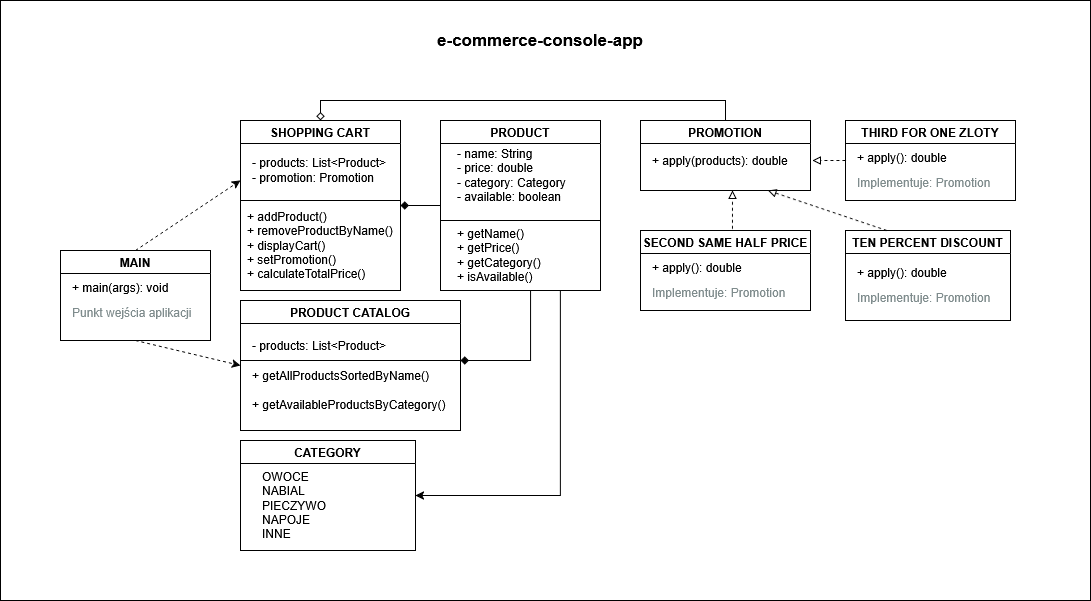
alweb29/e-commerce-console-app keeps this draw.io diagram as e-commerce-console-app.diagram.png. Above is the earlier version. Source tidied: cells renumbered, new cells last; positions are measured from the earlier drawing's top-left corner, leaving out a move shared by most shapes.
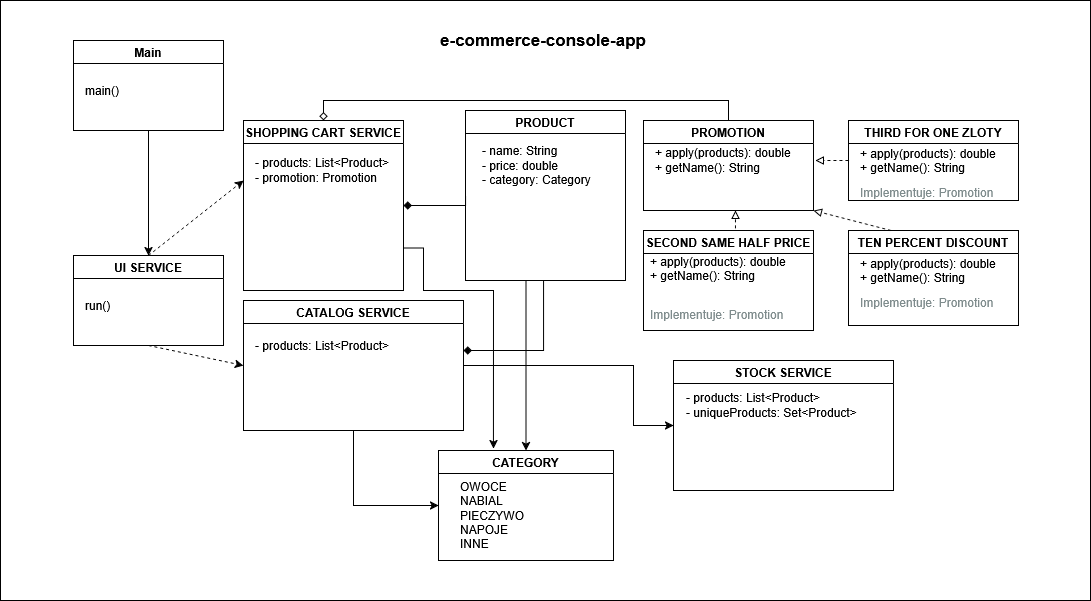
Later version of the same file.

Diff of the diagram source:
```diff
@@ -3,70 +3,64 @@
     <mxCell id="0" />
     <mxCell id="1" parent="0" />
     <mxCell id="2" style="rounded=0;whiteSpace=wrap;html=1;" parent="1" vertex="1">
-      <mxGeometry width="1090" height="600" as="geometry" />
+      <mxGeometry x="-3" width="1090" height="600" as="geometry" />
     </mxCell>
     <mxCell id="3" style="edgeStyle=orthogonalEdgeStyle;rounded=0;jettySize=auto;html=1;entryX=0;entryY=0.5;entryDx=0;entryDy=0;endArrow=none;endFill=1;startFill=1;startArrow=diamond;" parent="1" edge="1" source="5" target="25">
-      <mxGeometry relative="1" as="geometry" />
+      <mxGeometry relative="1" as="geometry">
+        <Array as="points">
+          <mxPoint x="462" y="205" />
+        </Array>
+      </mxGeometry>
     </mxCell>
     <mxCell id="4" style="edgeStyle=orthogonalEdgeStyle;rounded=0;jettySize=auto;html=1;entryX=0.5;entryY=0;entryDx=0;entryDy=0;exitX=0.5;exitY=0;exitDx=0;exitDy=0;endArrow=none;startFill=0;startArrow=diamond;" parent="1" edge="1" source="5" target="14">
       <mxGeometry relative="1" as="geometry" />
     </mxCell>
-    <mxCell id="5" value="SHOPPING CART" style="swimlane;whiteSpace=wrap;html=1;" parent="1" vertex="1">
+    <mxCell id="5" value="SHOPPING CART SERVICE" style="swimlane;whiteSpace=wrap;html=1;" parent="1" vertex="1">
       <mxGeometry x="240" y="120" width="160" height="170" as="geometry" />
     </mxCell>
     <mxCell id="6" value="&lt;div class=&quot;field&quot;&gt;- products: List&amp;lt;Product&amp;gt;&lt;/div&gt;                &lt;div class=&quot;field&quot;&gt;- promotion: Promotion&lt;/div&gt;" style="text;html=1;align=left;verticalAlign=middle;strokeColor=none;fillColor=none;" parent="5" vertex="1">
       <mxGeometry x="10" y="30" width="160" height="40" as="geometry" />
     </mxCell>
-    <mxCell id="7" style="endArrow=none;html=1;rounded=0;exitX=0;exitY=0.75;exitDx=0;exitDy=0;" parent="5" edge="1">
-      <mxGeometry relative="1" as="geometry">
-        <mxPoint y="80" as="sourcePoint" />
-        <mxPoint x="160" y="80" as="targetPoint" />
-        <Array as="points">
-          <mxPoint x="100" y="80" />
-        </Array>
-      </mxGeometry>
-    </mxCell>
-    <mxCell id="8" value="&lt;div class=&quot;method&quot;&gt;+ addProduct()&lt;/div&gt;                &lt;div class=&quot;method&quot;&gt;+ removeProductByName()&lt;/div&gt;                &lt;div class=&quot;method&quot;&gt;+ displayCart()&lt;/div&gt;                &lt;div class=&quot;method&quot;&gt;+ setPromotion()&lt;/div&gt;                &lt;div class=&quot;method&quot;&gt;+ calculateTotalPrice()&lt;/div&gt;" style="text;html=1;align=left;verticalAlign=middle;strokeColor=none;fillColor=none;" parent="5" vertex="1">
-      <mxGeometry x="5" y="80" width="170" height="90" as="geometry" />
-    </mxCell>
     <mxCell id="9" value="CATEGORY" style="swimlane;whiteSpace=wrap;html=1;" parent="1" vertex="1">
-      <mxGeometry x="240" y="440" width="175" height="110" as="geometry" />
+      <mxGeometry x="435" y="450" width="175" height="110" as="geometry" />
     </mxCell>
     <mxCell id="10" value="&lt;div class=&quot;class-content&quot;&gt;&lt;div class=&quot;enum-values&quot;&gt;&lt;br&gt;                    &lt;div class=&quot;enum-value&quot;&gt;OWOCE&lt;/div&gt;                    &lt;div class=&quot;enum-value&quot;&gt;NABIAL&lt;/div&gt;                    &lt;div class=&quot;enum-value&quot;&gt;PIECZYWO&lt;/div&gt;                    &lt;div class=&quot;enum-value&quot;&gt;NAPOJE&lt;/div&gt;                    &lt;div class=&quot;enum-value&quot;&gt;INNE&lt;/div&gt;                &lt;/div&gt;&lt;br&gt;            &lt;/div&gt;" style="text;html=1;align=left;verticalAlign=middle;strokeColor=none;fillColor=none;" parent="9" vertex="1">
       <mxGeometry x="20" y="10" width="90" height="110" as="geometry" />
     </mxCell>
+    <mxCell id="37" style="edgeStyle=orthogonalEdgeStyle;rounded=0;jettySize=auto;html=1;entryX=0;entryY=0.5;entryDx=0;entryDy=0;" parent="1" edge="1" source="11" target="39">
+      <mxGeometry relative="1" as="geometry">
+        <Array as="points">
+          <mxPoint x="630" y="365" />
+          <mxPoint x="630" y="425" />
+        </Array>
+      </mxGeometry>
+    </mxCell>
+    <mxCell id="38" style="edgeStyle=orthogonalEdgeStyle;rounded=0;jettySize=auto;html=1;entryX=0;entryY=0.5;entryDx=0;entryDy=0;" parent="1" edge="1" source="11" target="9">
+      <mxGeometry relative="1" as="geometry" />
+    </mxCell>
-    <mxCell id="11" value="PRODUCT CATALOG" style="swimlane;whiteSpace=wrap;html=1;" parent="1" vertex="1">
+    <mxCell id="11" value="CATALOG SERVICE" style="swimlane;whiteSpace=wrap;html=1;" parent="1" vertex="1">
       <mxGeometry x="240" y="300" width="220" height="130" as="geometry" />
     </mxCell>
     <mxCell id="12" value="- products: List&amp;lt;Product&amp;gt;" style="text;html=1;align=left;verticalAlign=middle;strokeColor=none;fillColor=none;" parent="11" vertex="1">
       <mxGeometry x="10" y="30" width="160" height="30" as="geometry" />
     </mxCell>
-    <mxCell id="13" style="endArrow=none;html=1;rounded=0;exitX=0;exitY=0.75;exitDx=0;exitDy=0;" parent="11" edge="1">
-      <mxGeometry relative="1" as="geometry">
-        <mxPoint y="60" as="sourcePoint" />
-        <mxPoint x="220" y="60" as="targetPoint" />
-        <Array as="points">
-          <mxPoint x="100" y="60" />
-        </Array>
-      </mxGeometry>
-    </mxCell>
     <mxCell id="14" value="PROMOTION" style="swimlane;whiteSpace=wrap;html=1;" parent="1" vertex="1">
-      <mxGeometry x="640" y="120" width="170" height="70" as="geometry" />
+      <mxGeometry x="640" y="120" width="170" height="90" as="geometry" />
     </mxCell>
-    <mxCell id="15" value="+ apply(products): double" style="text;html=1;align=left;verticalAlign=middle;strokeColor=none;fillColor=none;" parent="14" vertex="1">
-      <mxGeometry x="10" y="25" width="160" height="30" as="geometry" />
+    <mxCell id="15" value="&lt;div&gt;+ apply(products): double&lt;/div&gt;&lt;div&gt;+ getName(): String&lt;/div&gt;" style="text;html=1;align=left;verticalAlign=middle;strokeColor=none;fillColor=none;" parent="14" vertex="1">
+      <mxGeometry x="10" y="20" width="160" height="40" as="geometry" />
     </mxCell>
     <mxCell id="16" value="TEN PERCENT DISCOUNT" style="swimlane;whiteSpace=wrap;html=1;" parent="1" vertex="1">
-      <mxGeometry x="845" y="230" width="165" height="90" as="geometry" />
+      <mxGeometry x="845" y="230" width="170" height="95" as="geometry" />
     </mxCell>
-    <mxCell id="17" value="&lt;div class=&quot;class-content&quot; style=&quot;&quot;&gt;&lt;br&gt;                &lt;div class=&quot;method&quot;&gt;+ apply(): double&lt;/div&gt;&lt;div style=&quot;font-size: 12px; color: rgb(127, 140, 141); margin-top: 10px;&quot;&gt;                    Implementuje: Promotion&lt;br&gt;                &lt;/div&gt;&lt;br&gt;            &lt;/div&gt;" style="text;html=1;align=left;verticalAlign=middle;strokeColor=none;fillColor=none;" parent="16" vertex="1">
-      <mxGeometry x="10" y="15" width="160" height="80" as="geometry" />
+    <mxCell id="17" value="&lt;div class=&quot;class-content&quot; style=&quot;&quot;&gt;&lt;div&gt;+ apply(products): double&lt;/div&gt;&lt;div&gt;+ getName(): String&lt;/div&gt;&lt;div style=&quot;font-size: 12px; color: rgb(127, 140, 141); margin-top: 10px;&quot;&gt;                    Implementuje: Promotion&lt;br&gt;                &lt;/div&gt;&lt;br&gt;            &lt;/div&gt;" style="text;html=1;align=left;verticalAlign=middle;strokeColor=none;fillColor=none;" parent="16" vertex="1">
+      <mxGeometry x="10" y="20" width="160" height="80" as="geometry" />
     </mxCell>
     <mxCell id="18" value="SECOND SAME HALF PRICE" style="swimlane;whiteSpace=wrap;html=1;" parent="1" vertex="1">
-      <mxGeometry x="640" y="230" width="170" height="80" as="geometry" />
+      <mxGeometry x="640" y="230" width="170" height="100" as="geometry" />
     </mxCell>
-    <mxCell id="19" value="&lt;div style=&quot;&quot; class=&quot;class-content&quot;&gt;&lt;br&gt;                &lt;div align=&quot;left&quot; class=&quot;method&quot;&gt;+ apply(): double&lt;/div&gt;&lt;div style=&quot;font-size: 12px; color: rgb(127, 140, 141); margin-top: 10px;&quot;&gt;                    Implementuje: Promotion&lt;br&gt;                &lt;/div&gt;&lt;br&gt;            &lt;/div&gt;" style="text;html=1;align=left;verticalAlign=middle;strokeColor=none;fillColor=none;" parent="18" vertex="1">
-      <mxGeometry x="10" y="10" width="160" height="80" as="geometry" />
+    <mxCell id="19" value="&lt;div style=&quot;&quot; class=&quot;class-content&quot;&gt;&lt;div&gt;+ apply(products): double&lt;/div&gt;&lt;div&gt;+ getName(): String&lt;/div&gt;&lt;br&gt;&lt;div style=&quot;font-size: 12px; color: rgb(127, 140, 141); margin-top: 10px;&quot;&gt;                    Implementuje: Promotion&lt;br&gt;                &lt;/div&gt;&lt;br&gt;            &lt;/div&gt;" style="text;html=1;align=left;verticalAlign=middle;strokeColor=none;fillColor=none;" parent="18" vertex="1">
+      <mxGeometry x="5" y="15" width="160" height="100" as="geometry" />
     </mxCell>
     <mxCell id="20" value="THIRD FOR ONE ZLOTY" style="swimlane;whiteSpace=wrap;html=1;" parent="1" vertex="1">
       <mxGeometry x="845" y="120" width="170" height="80" as="geometry" />
@@ -76,40 +70,30 @@
         <mxPoint x="240" y="180" as="targetPoint" />
       </mxGeometry>
     </mxCell>
-    <mxCell id="22" value="MAIN" style="swimlane;whiteSpace=wrap;html=1;" parent="1" vertex="1">
-      <mxGeometry x="60" y="250" width="150" height="90" as="geometry" />
+    <mxCell id="22" value="UI SERVICE" style="swimlane;whiteSpace=wrap;html=1;" parent="1" vertex="1">
+      <mxGeometry x="70" y="255" width="150" height="90" as="geometry" />
     </mxCell>
-    <mxCell id="23" value="&lt;div class=&quot;class-content&quot; style=&quot;&quot;&gt;&lt;br&gt;                &lt;div class=&quot;method&quot;&gt;+ main(args): void&lt;/div&gt;&lt;div style=&quot;font-size: 12px; color: rgb(127, 140, 141); margin-top: 10px;&quot;&gt;                    Punkt wejścia aplikacji&lt;br&gt;                &lt;/div&gt;&lt;br&gt;            &lt;/div&gt;" style="text;html=1;align=left;verticalAlign=middle;strokeColor=none;fillColor=none;" parent="22" vertex="1">
-      <mxGeometry x="10" y="10" width="140" height="80" as="geometry" />
+    <mxCell id="23" value="&lt;div class=&quot;class-content&quot; style=&quot;&quot;&gt;run()&lt;/div&gt;" style="text;html=1;align=left;verticalAlign=middle;strokeColor=none;fillColor=none;" parent="22" vertex="1">
+      <mxGeometry x="10" y="35" width="50" height="30" as="geometry" />
     </mxCell>
-    <mxCell id="24" style="rounded=0;jettySize=auto;html=1;entryX=1;entryY=0.5;entryDx=0;entryDy=0;exitX=0.75;exitY=1;exitDx=0;exitDy=0;edgeStyle=orthogonalEdgeStyle;" parent="1" edge="1" source="25" target="9">
-      <mxGeometry relative="1" as="geometry" />
+    <mxCell id="24" style="edgeStyle=orthogonalEdgeStyle;rounded=0;jettySize=auto;html=1;entryX=0.5;entryY=0;entryDx=0;entryDy=0;" parent="1" edge="1" source="25" target="9">
+      <mxGeometry relative="1" as="geometry">
+        <Array as="points">
+          <mxPoint x="523" y="370" />
+        </Array>
+      </mxGeometry>
     </mxCell>
     <mxCell id="25" value="PRODUCT" style="swimlane;whiteSpace=wrap;html=1;" parent="1" vertex="1">
-      <mxGeometry x="440" y="120" width="160" height="170" as="geometry" />
+      <mxGeometry x="462" y="110" width="160" height="170" as="geometry" />
     </mxCell>
-    <mxCell id="26" value="&lt;div class=&quot;field&quot;&gt;- name: String&lt;/div&gt;                &lt;div class=&quot;field&quot;&gt;- price: double&lt;/div&gt;                &lt;div class=&quot;field&quot;&gt;- category: Category&lt;/div&gt;                &lt;div class=&quot;field&quot;&gt;- available: boolean&lt;/div&gt;" style="text;html=1;align=left;verticalAlign=middle;strokeColor=none;fillColor=none;" parent="25" vertex="1">
-      <mxGeometry x="15" y="20" width="130" height="70" as="geometry" />
+    <mxCell id="26" value="&lt;div class=&quot;field&quot;&gt;- name: String&lt;/div&gt;                &lt;div class=&quot;field&quot;&gt;- price: double&lt;/div&gt;                &lt;div class=&quot;field&quot;&gt;- category: Category&lt;/div&gt;" style="text;html=1;align=left;verticalAlign=middle;strokeColor=none;fillColor=none;" parent="25" vertex="1">
+      <mxGeometry x="15" y="25" width="130" height="60" as="geometry" />
     </mxCell>
-    <mxCell id="27" style="endArrow=none;html=1;rounded=0;exitX=0;exitY=0.75;exitDx=0;exitDy=0;" parent="25" edge="1">
-      <mxGeometry relative="1" as="geometry">
-        <mxPoint y="100" as="sourcePoint" />
-        <mxPoint x="160" y="100" as="targetPoint" />
-        <Array as="points">
-          <mxPoint x="100" y="100" />
-        </Array>
-      </mxGeometry>
-    </mxCell>
-    <mxCell id="28" value="&lt;div class=&quot;method&quot;&gt;+ getName()&lt;/div&gt;                &lt;div class=&quot;method&quot;&gt;+ getPrice()&lt;/div&gt;                &lt;div class=&quot;method&quot;&gt;+ getCategory()&lt;/div&gt;                &lt;div class=&quot;method&quot;&gt;+ isAvailable()&lt;/div&gt;" style="text;html=1;align=left;verticalAlign=middle;points=[];strokeColor=none;fillColor=none;" parent="25" vertex="1">
-      <mxGeometry x="15" y="100" width="110" height="70" as="geometry" />
-    </mxCell>
-    <mxCell id="29" value="&lt;div class=&quot;method&quot;&gt;+ getAllProductsSortedByName()&lt;/div&gt;&lt;br/&gt;                &lt;div class=&quot;method&quot;&gt;+ getAvailableProductsByCategory()&lt;/div&gt;" style="text;html=1;align=left;verticalAlign=middle;strokeColor=none;fillColor=none;" parent="1" vertex="1">
-      <mxGeometry x="250" y="360" width="220" height="60" as="geometry" />
-    </mxCell>
-    <mxCell id="30" style="edgeStyle=orthogonalEdgeStyle;rounded=0;jettySize=auto;html=1;entryX=0.682;entryY=1;entryDx=0;entryDy=0;entryPerimeter=0;endArrow=none;startFill=1;startArrow=diamond;" parent="1" edge="1" source="11" target="28">
+    <mxCell id="30" style="edgeStyle=orthogonalEdgeStyle;rounded=0;jettySize=auto;html=1;endArrow=none;startFill=1;startArrow=diamond;entryX=0.5;entryY=1;entryDx=0;entryDy=0;" parent="1" edge="1" source="11" target="25">
       <mxGeometry relative="1" as="geometry">
         <Array as="points">
-          <mxPoint x="530" y="360" />
+          <mxPoint x="540" y="350" />
+          <mxPoint x="540" y="280" />
         </Array>
       </mxGeometry>
     </mxCell>
@@ -120,20 +104,44 @@
     </mxCell>
     <mxCell id="32" style="rounded=0;jettySize=auto;html=1;exitX=0.541;exitY=-0.021;exitDx=0;exitDy=0;exitPerimeter=0;dashed=1;endArrow=block;endFill=0;" parent="1" edge="1" source="18">
       <mxGeometry relative="1" as="geometry">
-        <mxPoint x="732" y="190" as="targetPoint" />
+        <mxPoint x="732" y="210" as="targetPoint" />
       </mxGeometry>
     </mxCell>
-    <mxCell id="33" style="rounded=0;jettySize=auto;html=1;entryX=0.75;entryY=1;entryDx=0;entryDy=0;exitX=0.25;exitY=0;exitDx=0;exitDy=0;dashed=1;endArrow=block;endFill=0;" parent="1" edge="1" source="16" target="14">
+    <mxCell id="33" style="rounded=0;jettySize=auto;html=1;entryX=1;entryY=1;entryDx=0;entryDy=0;exitX=0.25;exitY=0;exitDx=0;exitDy=0;dashed=1;endArrow=block;endFill=0;" parent="1" edge="1" source="16" target="14">
       <mxGeometry relative="1" as="geometry" />
     </mxCell>
-    <mxCell id="34" style="rounded=0;jettySize=auto;html=1;entryX=0;entryY=0.5;entryDx=0;entryDy=0;dashed=1;exitX=0.5;exitY=1;exitDx=0;exitDy=0;" parent="1" edge="1" source="22" target="11">
-      <mxGeometry relative="1" as="geometry" />
-    </mxCell>
     <mxCell id="35" value="e-commerce-console-app" style="text;html=1;align=center;verticalAlign=middle;whiteSpace=wrap;rounded=0;fontSize=17;fontStyle=1;" parent="1" vertex="1">
       <mxGeometry x="435" width="210" height="80" as="geometry" />
     </mxCell>
-    <mxCell id="36" value="&lt;div class=&quot;class-content&quot; style=&quot;&quot;&gt;&lt;br&gt;                &lt;div class=&quot;method&quot;&gt;+ apply(): double&lt;/div&gt;&lt;div style=&quot;font-size: 12px; color: rgb(127, 140, 141); margin-top: 10px;&quot;&gt;                    Implementuje: Promotion&lt;br&gt;                &lt;/div&gt;&lt;br&gt;            &lt;/div&gt;" style="text;html=1;align=left;verticalAlign=middle;strokeColor=none;fillColor=none;" parent="1" vertex="1">
-      <mxGeometry x="855" y="130" width="160" height="80" as="geometry" />
+    <mxCell id="36" value="&lt;div class=&quot;class-content&quot; style=&quot;&quot;&gt;&lt;div&gt;+ apply(products): double&lt;/div&gt;&lt;div&gt;+ getName(): String&lt;/div&gt;&lt;div style=&quot;font-size: 12px; color: rgb(127, 140, 141); margin-top: 10px;&quot;&gt;                    Implementuje: Promotion&lt;br&gt;                &lt;/div&gt;&lt;br&gt;            &lt;/div&gt;" style="text;html=1;align=left;verticalAlign=middle;strokeColor=none;fillColor=none;" parent="1" vertex="1">
+      <mxGeometry x="855" y="140" width="160" height="80" as="geometry" />
     </mxCell>
+    <mxCell id="39" value="STOCK SERVICE" style="swimlane;whiteSpace=wrap;html=1;" parent="1" vertex="1">
+      <mxGeometry x="670" y="360" width="220" height="130" as="geometry" />
+    </mxCell>
+    <mxCell id="40" value="&lt;div&gt;- products: List&amp;lt;Product&amp;gt;&lt;/div&gt;&lt;div&gt;- uniqueProducts: Set&amp;lt;Product&amp;gt;&lt;/div&gt;" style="text;html=1;align=left;verticalAlign=middle;strokeColor=none;fillColor=none;" parent="39" vertex="1">
+      <mxGeometry x="11" y="25" width="190" height="40" as="geometry" />
+    </mxCell>
+    <mxCell id="34" style="rounded=0;jettySize=auto;html=1;dashed=1;entryX=0;entryY=0.5;entryDx=0;entryDy=0;exitX=0.5;exitY=1;exitDx=0;exitDy=0;" parent="1" edge="1" source="22" target="11">
+      <mxGeometry relative="1" as="geometry" />
+    </mxCell>
+    <mxCell id="41" style="edgeStyle=orthogonalEdgeStyle;rounded=0;jettySize=auto;html=1;exitX=0.5;exitY=1;exitDx=0;exitDy=0;" parent="1" edge="1" source="42" target="22">
+      <mxGeometry relative="1" as="geometry" />
+    </mxCell>
+    <mxCell id="42" value="Main" style="swimlane;whiteSpace=wrap;html=1;startSize=23;" parent="1" vertex="1">
+      <mxGeometry x="70" y="40" width="150" height="90" as="geometry" />
+    </mxCell>
+    <mxCell id="43" value="main()" style="text;html=1;align=left;verticalAlign=middle;strokeColor=none;fillColor=none;" parent="42" vertex="1">
+      <mxGeometry x="10" y="35" width="60" height="30" as="geometry" />
+    </mxCell>
+    <mxCell id="44" style="edgeStyle=orthogonalEdgeStyle;rounded=0;jettySize=auto;html=1;exitX=1;exitY=0.75;exitDx=0;exitDy=0;entryX=0.314;entryY=-0.018;entryDx=0;entryDy=0;entryPerimeter=0;" parent="1" edge="1" source="5" target="9">
+      <mxGeometry relative="1" as="geometry">
+        <Array as="points">
+          <mxPoint x="420" y="248" />
+          <mxPoint x="420" y="290" />
+          <mxPoint x="490" y="290" />
+        </Array>
+      </mxGeometry>
+    </mxCell>
   </root>
 </mxGraphModel>
```
